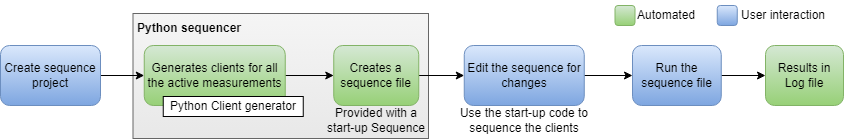
Before: docs/images/sequencer-example-workflow-diagram.PNG, a diagram exported from draw.io (ni/measurement-plugin-integration-example-python). Source tidied: cells renumbered, new cells last; positions are measured from the earlier drawing's top-left corner, leaving out a move shared by most shapes.
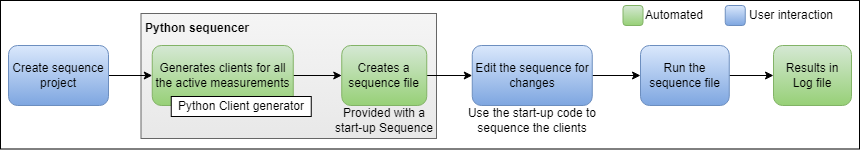
After the change.

The edit, as a diff of the source:
```diff
@@ -2,6 +2,9 @@
   <root>
     <mxCell id="0" />
     <mxCell id="1" parent="0" />
+    <mxCell id="22" style="rounded=0;whiteSpace=wrap;html=1;" parent="1" vertex="1">
+      <mxGeometry x="-8" width="859" height="148.5" as="geometry" />
+    </mxCell>
     <mxCell id="2" style="rounded=0;whiteSpace=wrap;html=1;fillColor=#f5f5f5;strokeColor=#666666;gradientColor=#e8e8e8;" parent="1" vertex="1">
       <mxGeometry x="132.5" y="13" width="295.5" height="125" as="geometry" />
     </mxCell>
```
